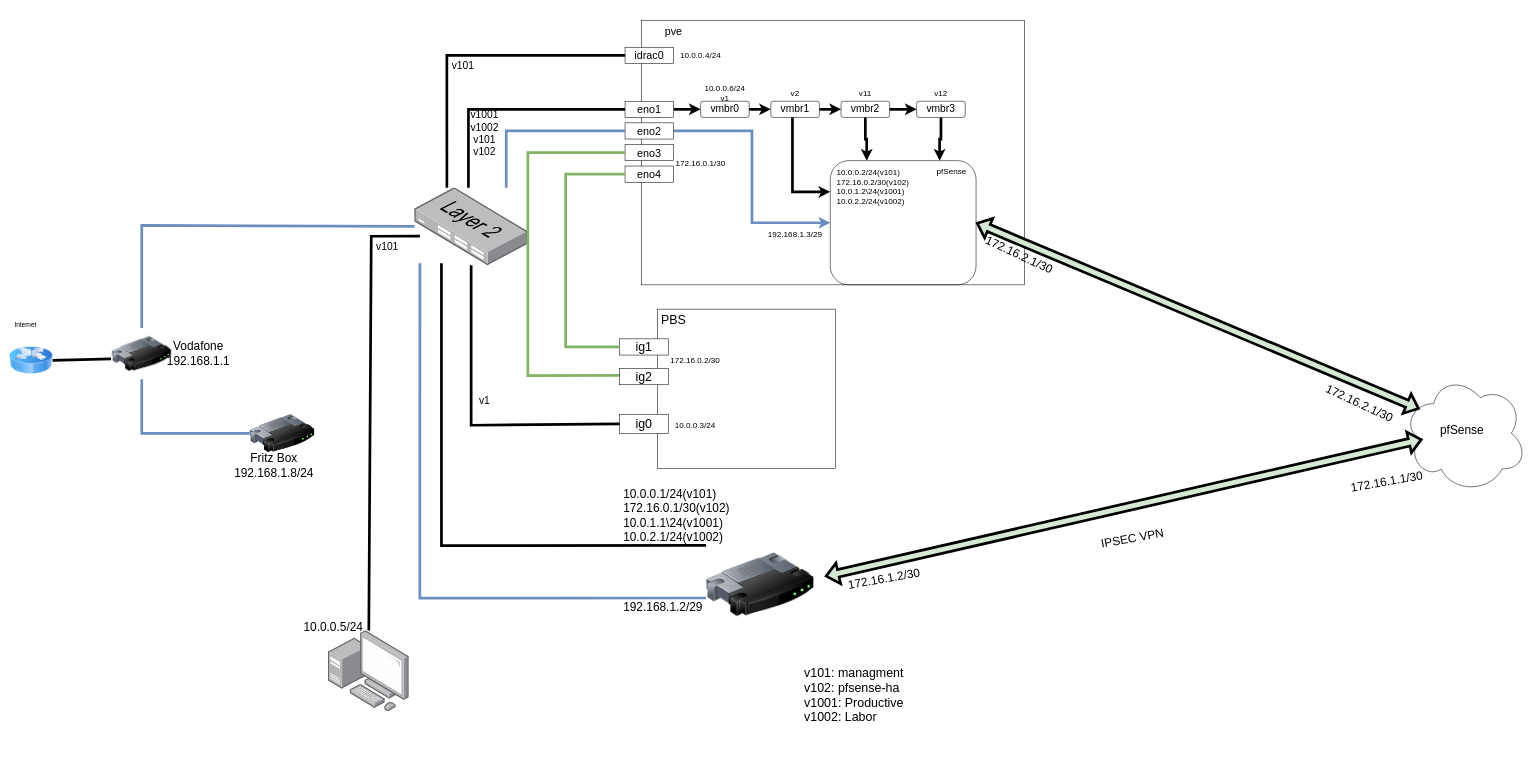
This is Untitled Diagram.drawio from lucpfi/homelab, a draw.io file, before an edit. Source tidied: cells renumbered, new cells numbered last; positions are measured from the earlier drawing's top-left corner, leaving out a move shared by most shapes. Both pictures are drawn from the tidied source at 54%, with x=0, y=0 at pixel (9, 9).
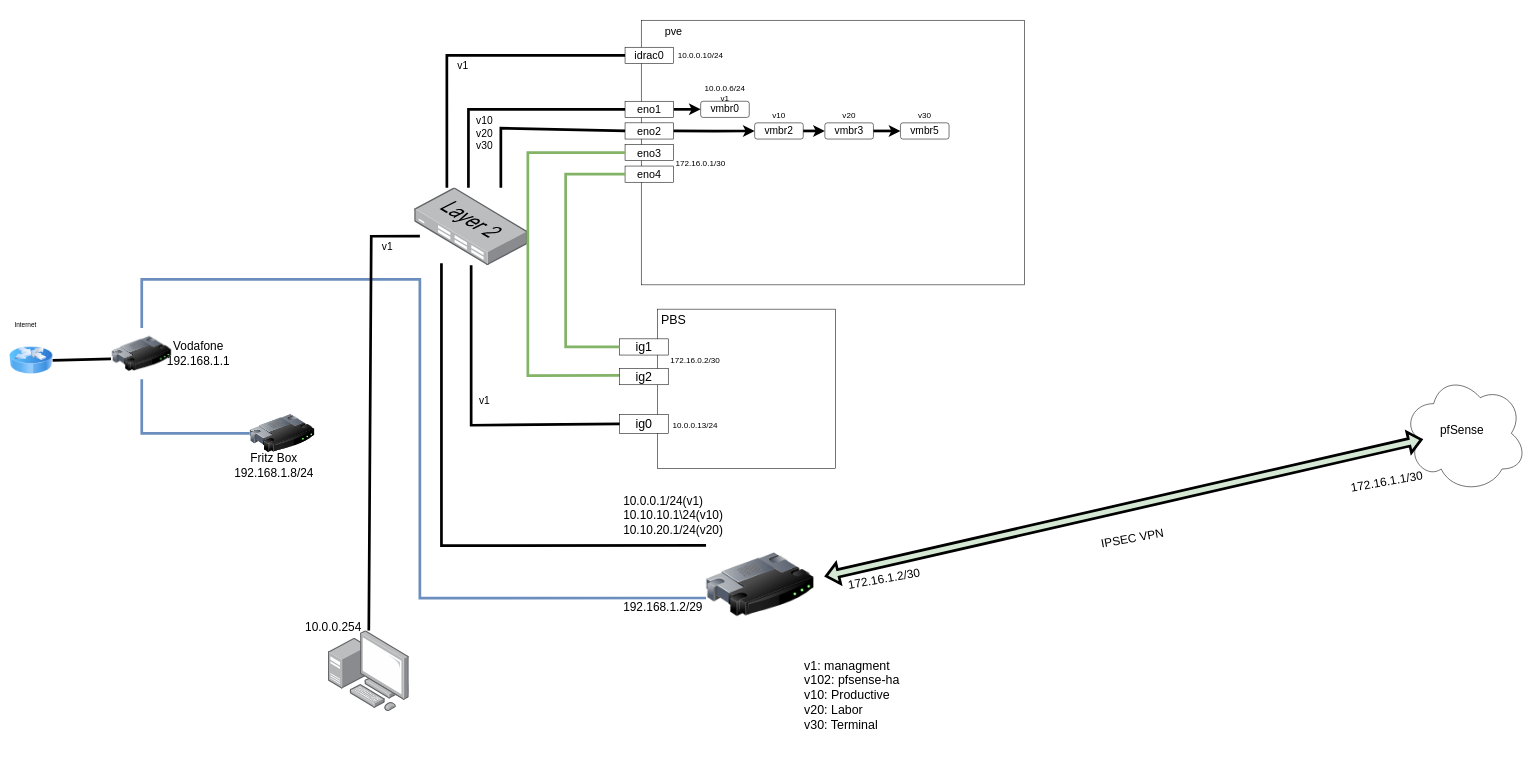
The same diagram, later.

Unchanged cells that the change refers to:
```xml
<mxCell id="2" style="image;html=1;image=img/lib/clip_art/networking/Router_128x128.png;" parent="1" vertex="1">
  <mxGeometry x="190" y="590" width="110" height="95" as="geometry" />
</mxCell>
<mxCell id="3" style="image;html=1;image=img/lib/clip_art/networking/Router_128x128.png;" parent="1" vertex="1">
  <mxGeometry x="1290" y="920" width="200" height="290" as="geometry" />
</mxCell>
<mxCell id="12" style="points=[];html=1;align=center;shadow=0;dashed=0;image;image=img/lib/allied_telesis/switch/Switch_24_port_L2.svg;fontSize=20;" parent="1" vertex="1">
  <mxGeometry x="750" y="330" width="210" height="143.9" as="geometry" />
</mxCell>
<mxCell id="19" value="eno2" style="rounded=0;whiteSpace=wrap;html=1;fontSize=20;" parent="1" vertex="1">
  <mxGeometry x="1140" y="210" width="90" height="30" as="geometry" />
</mxCell>
<mxCell id="43" value="vmbr0" style="rounded=1;whiteSpace=wrap;html=1;fontFamily=Helvetica;fontSize=19;fontColor=default;fillColor=none;gradientColor=none;" parent="1" vertex="1">
  <mxGeometry x="1280" y="170" width="90" height="30" as="geometry" />
</mxCell>
```

Change to the diagram source:
```diff
@@
-    <mxCell id="7" style="endArrow=none;html=1;rounded=0;strokeWidth=5;exitX=0.5;exitY=0;exitDx=0;exitDy=0;fillColor=#dae8fc;strokeColor=#6c8ebf;" parent="1" edge="1" source="2" target="12">
-      <mxGeometry relative="1" as="geometry">
-        <Array as="points">
-          <mxPoint x="245" y="400" />
-        </Array>
-      </mxGeometry>
-    </mxCell>
@@
-    <mxCell id="18" style="edgeStyle=orthogonalEdgeStyle;rounded=0;jettySize=auto;html=1;entryX=0;entryY=0.5;entryDx=0;entryDy=0;fontFamily=Helvetica;fontSize=15;fontColor=default;strokeWidth=5;fillColor=#dae8fc;strokeColor=#6c8ebf;" parent="1" edge="1" source="19" target="58">
-      <mxGeometry relative="1" as="geometry" />
-    </mxCell>
@@
-    <mxCell id="23" value="v101: managment&lt;br&gt;v102: pfsense-ha&lt;br&gt;v1001: Productive&lt;br&gt;&lt;div&gt;&lt;div&gt;v1002: Labor&lt;/div&gt;&lt;/div&gt;" style="text;html=1;strokeColor=none;fillColor=none;align=left;verticalAlign=middle;whiteSpace=wrap;rounded=0;fontSize=23;" parent="1" vertex="1">
+    <mxCell id="23" value="v1: managment&lt;br&gt;v102: pfsense-ha&lt;br&gt;v10: Productive&lt;br&gt;&lt;div&gt;&lt;div&gt;v20: Labor&lt;/div&gt;&lt;div&gt;v30: Terminal&lt;br&gt;&lt;/div&gt;&lt;/div&gt;" style="text;html=1;strokeColor=none;fillColor=none;align=left;verticalAlign=middle;whiteSpace=wrap;rounded=0;fontSize=23;" parent="1" vertex="1">
       <mxGeometry x="1470" y="1170" width="210" height="200" as="geometry" />
     </mxCell>
-    <mxCell id="24" value="v1001&lt;br&gt;v1002&lt;br&gt;v101&lt;br&gt;v102" style="text;html=1;strokeColor=none;fillColor=none;align=center;verticalAlign=middle;whiteSpace=wrap;rounded=0;fontSize=19;" parent="1" vertex="1">
+    <mxCell id="24" value="&lt;div&gt;v10&lt;/div&gt;&lt;div&gt;v20&lt;/div&gt;&lt;div&gt;v30&lt;br&gt;&lt;/div&gt;" style="text;html=1;strokeColor=none;fillColor=none;align=center;verticalAlign=middle;whiteSpace=wrap;rounded=0;fontSize=19;" parent="1" vertex="1">
       <mxGeometry x="850" y="190" width="60" height="80" as="geometry" />
     </mxCell>
@@
-    <mxCell id="36" value="10.0.0.3/24" style="text;html=1;strokeColor=none;fillColor=none;align=center;verticalAlign=middle;whiteSpace=wrap;rounded=0;fontFamily=Helvetica;fontSize=15;fontColor=default;" parent="1" vertex="1">
+    <mxCell id="36" value="10.0.0.13/24" style="text;html=1;strokeColor=none;fillColor=none;align=center;verticalAlign=middle;whiteSpace=wrap;rounded=0;fontFamily=Helvetica;fontSize=15;fontColor=default;" parent="1" vertex="1">
       <mxGeometry x="1220" y="750" width="100" height="40" as="geometry" />
     </mxCell>
-    <mxCell id="37" value="10.0.0.1/24(v101)&lt;br style=&quot;font-size: 22px;&quot;&gt;172.16.0.1/30(v102)&lt;br style=&quot;font-size: 22px;&quot;&gt;10.0.1.1\24(v1001)&lt;br style=&quot;font-size: 22px;&quot;&gt;10.0.2.1/24(v1002)" style="text;html=1;strokeColor=none;fillColor=none;align=left;verticalAlign=middle;whiteSpace=wrap;rounded=0;fontSize=22;" parent="1" vertex="1">
+    <mxCell id="37" value="10.0.0.1/24(v1)&lt;br style=&quot;font-size: 22px&quot;&gt;10.10.10.1\24(v10)&lt;br style=&quot;font-size: 22px&quot;&gt;10.10.20.1/24(v20)" style="text;html=1;strokeColor=none;fillColor=none;align=left;verticalAlign=middle;whiteSpace=wrap;rounded=0;fontSize=22;" parent="1" vertex="1">
       <mxGeometry x="1135" y="900" width="140" height="75" as="geometry" />
     </mxCell>
@@
-    <mxCell id="40" value="v101" style="text;html=1;strokeColor=none;fillColor=none;align=center;verticalAlign=middle;whiteSpace=wrap;rounded=0;fontFamily=Helvetica;fontSize=19;fontColor=default;" parent="1" vertex="1">
+    <mxCell id="40" value="&lt;div&gt;v1&lt;/div&gt;" style="text;html=1;strokeColor=none;fillColor=none;align=center;verticalAlign=middle;whiteSpace=wrap;rounded=0;fontFamily=Helvetica;fontSize=19;fontColor=default;" parent="1" vertex="1">
       <mxGeometry x="810" y="90" width="60" height="30" as="geometry" />
     </mxCell>
-    <mxCell id="41" value="10.0.0.4/24" style="text;html=1;strokeColor=none;fillColor=none;align=center;verticalAlign=middle;whiteSpace=wrap;rounded=0;fontFamily=Helvetica;fontSize=15;fontColor=default;" parent="1" vertex="1">
+    <mxCell id="41" value="10.0.0.10/24" style="text;html=1;strokeColor=none;fillColor=none;align=center;verticalAlign=middle;whiteSpace=wrap;rounded=0;fontFamily=Helvetica;fontSize=15;fontColor=default;" parent="1" vertex="1">
       <mxGeometry x="1230" y="65" width="100" height="40" as="geometry" />
     </mxCell>
-    <mxCell id="42" style="edgeStyle=orthogonalEdgeStyle;rounded=0;jettySize=auto;html=1;fontFamily=Helvetica;fontSize=19;fontColor=default;strokeWidth=5;" parent="1" edge="1" source="43" target="46">
-      <mxGeometry relative="1" as="geometry" />
+    <mxCell id="42" style="edgeStyle=orthogonalEdgeStyle;rounded=0;jettySize=auto;html=1;fontFamily=Helvetica;fontSize=19;fontColor=default;strokeWidth=5;" parent="1" edge="1" target="46">
+      <mxGeometry relative="1" as="geometry">
+        <mxPoint x="1230" y="225" as="sourcePoint" />
+      </mxGeometry>
     </mxCell>
@@
-    <mxCell id="45" style="edgeStyle=orthogonalEdgeStyle;rounded=0;jettySize=auto;html=1;entryX=0;entryY=0.25;entryDx=0;entryDy=0;fontFamily=Helvetica;fontSize=15;fontColor=default;strokeWidth=5;" parent="1" edge="1" source="46" target="58">
-      <mxGeometry relative="1" as="geometry">
-        <Array as="points">
-          <mxPoint x="1450" y="338" />
-          <mxPoint x="1490" y="338" />
-        </Array>
-      </mxGeometry>
-    </mxCell>
-    <mxCell id="46" value="vmbr1" style="rounded=1;whiteSpace=wrap;html=1;fontFamily=Helvetica;fontSize=19;fontColor=default;fillColor=none;gradientColor=none;" parent="1" vertex="1">
-      <mxGeometry x="1410" y="170" width="90" height="30" as="geometry" />
+    <mxCell id="46" value="vmbr2" style="rounded=1;whiteSpace=wrap;html=1;fontFamily=Helvetica;fontSize=19;fontColor=default;fillColor=none;gradientColor=none;" parent="1" vertex="1">
+      <mxGeometry x="1380" y="210" width="90" height="30" as="geometry" />
     </mxCell>
@@
-    <mxCell id="48" style="edgeStyle=orthogonalEdgeStyle;rounded=0;jettySize=auto;html=1;entryX=0.25;entryY=0;entryDx=0;entryDy=0;fontFamily=Helvetica;fontSize=15;fontColor=default;strokeWidth=5;" parent="1" edge="1" source="49" target="58">
-      <mxGeometry relative="1" as="geometry" />
-    </mxCell>
-    <mxCell id="49" value="vmbr2" style="rounded=1;whiteSpace=wrap;html=1;fontFamily=Helvetica;fontSize=19;fontColor=default;fillColor=none;gradientColor=none;" parent="1" vertex="1">
-      <mxGeometry x="1540" y="170" width="90" height="30" as="geometry" />
+    <mxCell id="49" value="vmbr3" style="rounded=1;whiteSpace=wrap;html=1;fontFamily=Helvetica;fontSize=19;fontColor=default;fillColor=none;gradientColor=none;" parent="1" vertex="1">
+      <mxGeometry x="1510" y="210" width="90" height="30" as="geometry" />
     </mxCell>
@@
-    <mxCell id="51" value="v2" style="text;html=1;strokeColor=none;fillColor=none;align=center;verticalAlign=middle;whiteSpace=wrap;rounded=0;fontFamily=Helvetica;fontSize=15;fontColor=default;" parent="1" vertex="1">
-      <mxGeometry x="1410" y="140" width="90" height="30" as="geometry" />
+    <mxCell id="51" value="v10" style="text;html=1;strokeColor=none;fillColor=none;align=center;verticalAlign=middle;whiteSpace=wrap;rounded=0;fontFamily=Helvetica;fontSize=15;fontColor=default;" parent="1" vertex="1">
+      <mxGeometry x="1380" y="180" width="90" height="30" as="geometry" />
     </mxCell>
-    <mxCell id="52" value="v11" style="text;html=1;strokeColor=none;fillColor=none;align=center;verticalAlign=middle;whiteSpace=wrap;rounded=0;fontFamily=Helvetica;fontSize=15;fontColor=default;" parent="1" vertex="1">
-      <mxGeometry x="1540" y="140" width="90" height="30" as="geometry" />
+    <mxCell id="52" value="v20" style="text;html=1;strokeColor=none;fillColor=none;align=center;verticalAlign=middle;whiteSpace=wrap;rounded=0;fontFamily=Helvetica;fontSize=15;fontColor=default;" parent="1" vertex="1">
+      <mxGeometry x="1510" y="180" width="90" height="30" as="geometry" />
     </mxCell>
-    <mxCell id="53" style="edgeStyle=orthogonalEdgeStyle;rounded=0;jettySize=auto;html=1;entryX=0.75;entryY=0;entryDx=0;entryDy=0;fontFamily=Helvetica;fontSize=15;fontColor=default;strokeWidth=5;" parent="1" edge="1" source="54" target="58">
-      <mxGeometry relative="1" as="geometry" />
-    </mxCell>
-    <mxCell id="54" value="vmbr3" style="rounded=1;whiteSpace=wrap;html=1;fontFamily=Helvetica;fontSize=19;fontColor=default;fillColor=none;gradientColor=none;" parent="1" vertex="1">
-      <mxGeometry x="1680" y="170" width="90" height="30" as="geometry" />
+    <mxCell id="54" value="vmbr5" style="rounded=1;whiteSpace=wrap;html=1;fontFamily=Helvetica;fontSize=19;fontColor=default;fillColor=none;gradientColor=none;" parent="1" vertex="1">
+      <mxGeometry x="1650" y="210" width="90" height="30" as="geometry" />
     </mxCell>
-    <mxCell id="55" value="v12" style="text;html=1;strokeColor=none;fillColor=none;align=center;verticalAlign=middle;whiteSpace=wrap;rounded=0;fontFamily=Helvetica;fontSize=15;fontColor=default;" parent="1" vertex="1">
-      <mxGeometry x="1680" y="140" width="90" height="30" as="geometry" />
+    <mxCell id="55" value="v30" style="text;html=1;strokeColor=none;fillColor=none;align=center;verticalAlign=middle;whiteSpace=wrap;rounded=0;fontFamily=Helvetica;fontSize=15;fontColor=default;" parent="1" vertex="1">
+      <mxGeometry x="1650" y="180" width="90" height="30" as="geometry" />
     </mxCell>
-    <mxCell id="56" style="endArrow=none;html=1;rounded=0;fontFamily=Helvetica;fontSize=15;fontColor=default;strokeWidth=5;entryX=0;entryY=0.586;entryDx=0;entryDy=0;entryPerimeter=0;exitX=0.048;exitY=0.973;exitDx=0;exitDy=0;exitPerimeter=0;fillColor=#dae8fc;strokeColor=#6c8ebf;" parent="1" edge="1" source="12" target="3">
+    <mxCell id="56" style="endArrow=none;html=1;rounded=0;fontFamily=Helvetica;fontSize=15;fontColor=default;strokeWidth=5;entryX=0;entryY=0.586;entryDx=0;entryDy=0;entryPerimeter=0;exitX=0.5;exitY=0;exitDx=0;exitDy=0;fillColor=#dae8fc;strokeColor=#6c8ebf;" parent="1" edge="1" source="2" target="3">
       <mxGeometry relative="1" as="geometry">
         <Array as="points">
+          <mxPoint x="245" y="500" />
+          <mxPoint x="760" y="500" />
           <mxPoint x="760" y="1090" />
         </Array>
       </mxGeometry>
     </mxCell>
@@
-    <mxCell id="58" style="rounded=1;whiteSpace=wrap;html=1;fontFamily=Helvetica;fontSize=15;fontColor=default;fillColor=none;gradientColor=none;" parent="1" vertex="1">
-      <mxGeometry x="1520" y="280" width="270" height="230" as="geometry" />
-    </mxCell>
-    <mxCell id="59" style="endArrow=none;html=1;rounded=0;fontFamily=Helvetica;fontSize=15;fontColor=default;strokeWidth=5;entryX=0;entryY=0.5;entryDx=0;entryDy=0;fillColor=#dae8fc;strokeColor=#6c8ebf;" parent="1" edge="1" target="19">
-      <mxGeometry relative="1" as="geometry">
-        <mxPoint x="920" y="330" as="sourcePoint" />
-        <Array as="points">
-          <mxPoint x="920" y="225" />
-        </Array>
-      </mxGeometry>
-    </mxCell>
-    <mxCell id="60" value="192.168.1.3/29" style="text;html=1;strokeColor=none;fillColor=none;align=center;verticalAlign=middle;whiteSpace=wrap;rounded=0;fontFamily=Helvetica;fontSize=15;fontColor=default;" parent="1" vertex="1">
-      <mxGeometry x="1400" y="400" width="110" height="30" as="geometry" />
-    </mxCell>
-    <mxCell id="61" value="10.0.0.2/24(v101)&lt;br style=&quot;font-size: 15px&quot;&gt;172.16.0.2/30(v102)&lt;br style=&quot;font-size: 15px&quot;&gt;10.0.1.2\24(v1001)&lt;br style=&quot;font-size: 15px&quot;&gt;10.0.2.2/24(v1002)" style="text;html=1;strokeColor=none;fillColor=none;align=left;verticalAlign=middle;whiteSpace=wrap;rounded=0;fontSize=15;" parent="1" vertex="1">
-      <mxGeometry x="1530" y="290" width="140" height="75" as="geometry" />
-    </mxCell>
-    <mxCell id="62" value="pfSense" style="text;html=1;strokeColor=none;fillColor=none;align=center;verticalAlign=middle;whiteSpace=wrap;rounded=0;fontFamily=Helvetica;fontSize=15;fontColor=default;" parent="1" vertex="1">
-      <mxGeometry x="1700" y="280" width="90" height="40" as="geometry" />
-    </mxCell>
@@
-    <mxCell id="67" style="shape=flexArrow;endArrow=classic;startArrow=classic;html=1;rounded=0;fontFamily=Helvetica;fontSize=22;fontColor=default;strokeWidth=5;entryX=0.16;entryY=0.55;entryDx=0;entryDy=0;entryPerimeter=0;fillColor=#D5E8D4;exitX=1;exitY=0.5;exitDx=0;exitDy=0;" parent="1" edge="1" source="58">
-      <mxGeometry relative="1" as="geometry">
-        <mxPoint x="2611.6" y="740" as="targetPoint" />
-      </mxGeometry>
-    </mxCell>
@@
-    <mxCell id="70" value="172.16.2.1/30" style="text;html=1;strokeColor=none;fillColor=none;align=center;verticalAlign=middle;whiteSpace=wrap;rounded=0;fontFamily=Helvetica;fontSize=22;fontColor=default;rotation=25;" parent="1" vertex="1">
-      <mxGeometry x="2430" y="685" width="140" height="90" as="geometry" />
-    </mxCell>
-    <mxCell id="71" value="172.16.2.1/30" style="text;html=1;strokeColor=none;fillColor=none;align=center;verticalAlign=middle;whiteSpace=wrap;rounded=0;fontFamily=Helvetica;fontSize=22;fontColor=default;rotation=25;" parent="1" vertex="1">
-      <mxGeometry x="1800" y="410" width="140" height="90" as="geometry" />
-    </mxCell>
@@
-    <mxCell id="74" value="v101" style="text;html=1;strokeColor=none;fillColor=none;align=center;verticalAlign=middle;whiteSpace=wrap;rounded=0;fontFamily=Helvetica;fontSize=19;fontColor=default;" parent="1" vertex="1">
+    <mxCell id="74" value="v1" style="text;html=1;strokeColor=none;fillColor=none;align=center;verticalAlign=middle;whiteSpace=wrap;rounded=0;fontFamily=Helvetica;fontSize=19;fontColor=default;" parent="1" vertex="1">
       <mxGeometry x="670" y="420" width="60" height="40" as="geometry" />
     </mxCell>
-    <mxCell id="75" value="10.0.0.5/24" style="text;html=1;strokeColor=none;fillColor=none;align=center;verticalAlign=middle;whiteSpace=wrap;rounded=0;fontFamily=Helvetica;fontSize=22;fontColor=default;" parent="1" vertex="1">
+    <mxCell id="75" value="10.0.0.254" style="text;html=1;strokeColor=none;fillColor=none;align=center;verticalAlign=middle;whiteSpace=wrap;rounded=0;fontFamily=Helvetica;fontSize=22;fontColor=default;" parent="1" vertex="1">
       <mxGeometry x="540" y="1130" width="120" height="30" as="geometry" />
     </mxCell>
+    <mxCell id="76" style="endArrow=none;html=1;rounded=0;fontSize=19;strokeWidth=5;entryX=0;entryY=0.5;entryDx=0;entryDy=0;exitX=0.762;exitY=0;exitDx=0;exitDy=0;exitPerimeter=0;" parent="1" edge="1" source="12" target="19">
+      <mxGeometry relative="1" as="geometry">
+        <Array as="points">
+          <mxPoint x="910" y="220" />
+        </Array>
+      </mxGeometry>
+    </mxCell>
```
